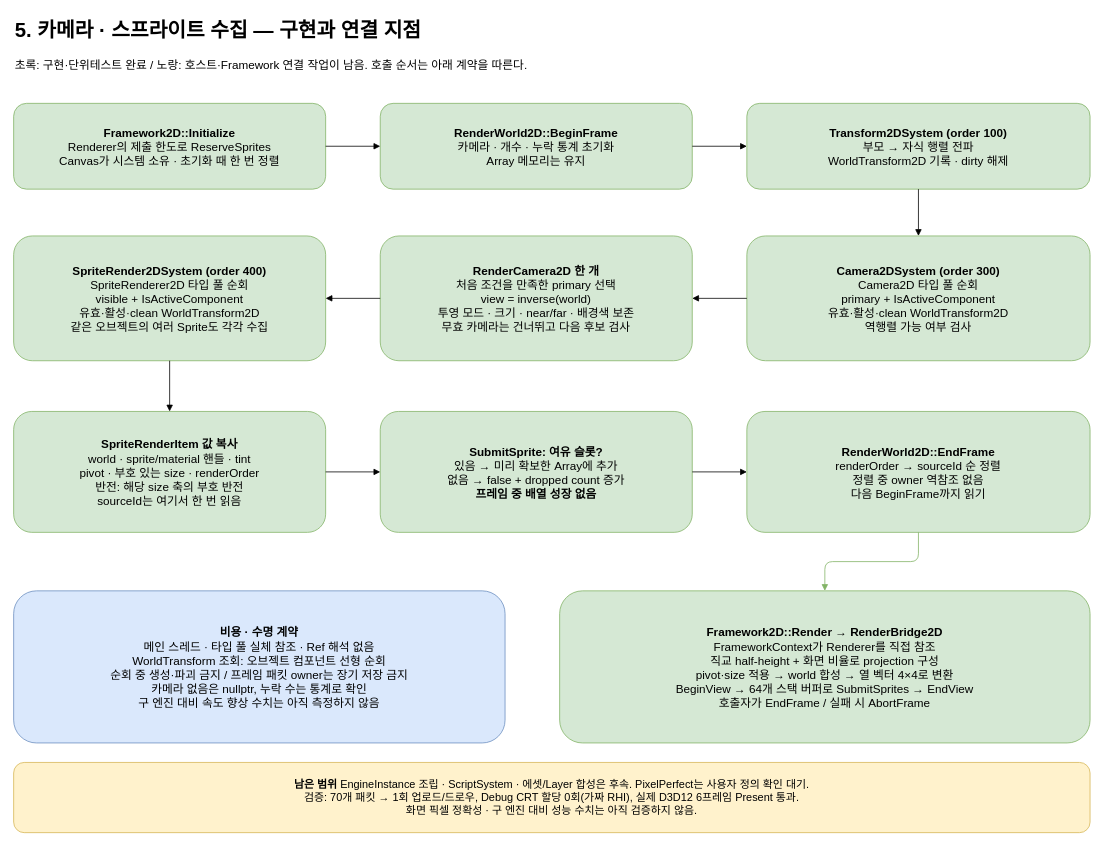
Before: page "5. 2D render extraction" (5 of 6) of docs/JBroEngine.drawio.xml in taku7664/JBroEngine, a draw.io diagram. Source tidied: cells renumbered, new cells numbered last; positions are measured from the earlier drawing's top-left corner, leaving out a move shared by most shapes. Both pictures are drawn from the tidied source at 78%, with x=0, y=0 at pixel (13, 13).
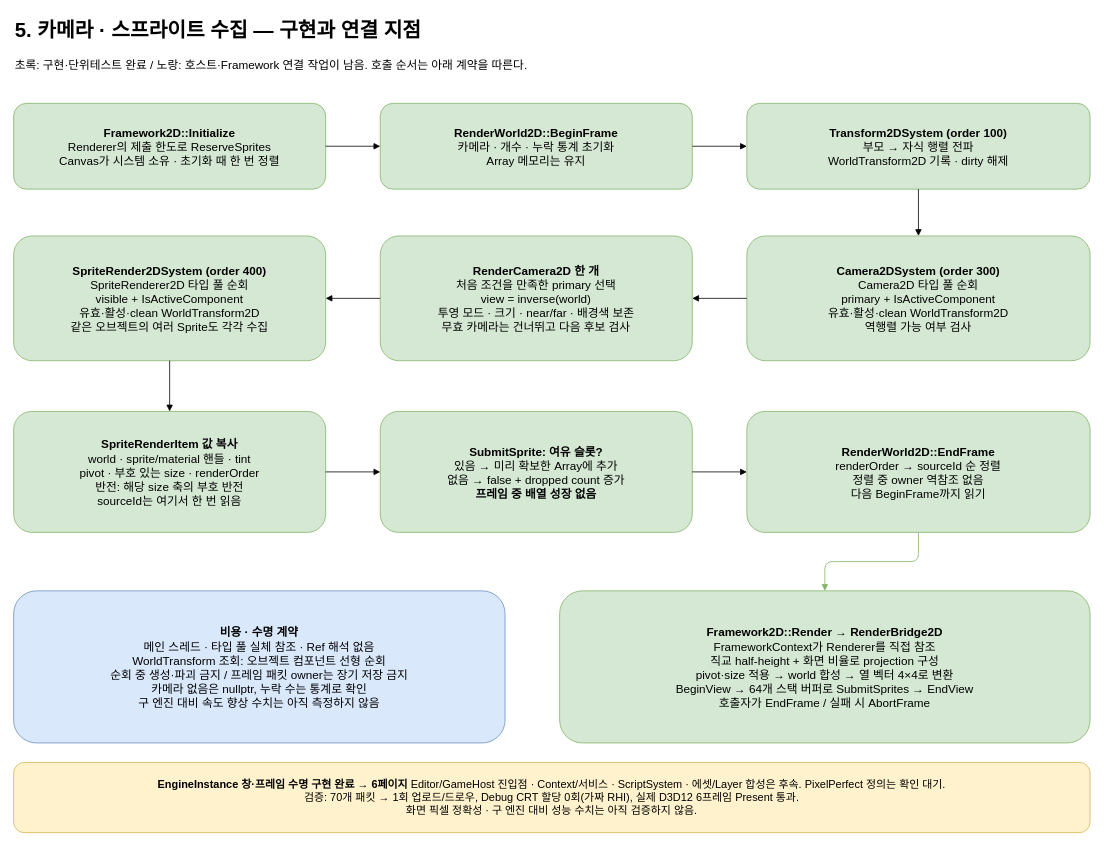
Above is the later version.

Commit message (it also covers changes not shown here):
Document host teardown ordering and verified frame-loop boundaries

Change to the diagram source:
```diff
@@
-    <mxCell id="24" value="&lt;b&gt;남은 범위&lt;/b&gt; EngineInstance 조립 · ScriptSystem · 에셋/Layer 합성은 후속. PixelPerfect는 사용자 정의 확인 대기.&lt;br&gt;검증: 70개 패킷 → 1회 업로드/드로우, Debug CRT 할당 0회(가짜 RHI), 실제 D3D12 6프레임 Present 통과.&lt;br&gt;화면 픽셀 정확성 · 구 엔진 대비 성능 수치는 아직 검증하지 않음." style="rounded=1;whiteSpace=wrap;html=1;fillColor=#fff2cc;strokeColor=#d6b656;fontSize=14;" parent="1" vertex="1">
+    <mxCell id="24" value="&lt;b&gt;EngineInstance 창·프레임 수명 구현 완료 → 6페이지&lt;/b&gt; Editor/GameHost 진입점 · Context/서비스 · ScriptSystem · 에셋/Layer 합성은 후속. PixelPerfect 정의는 확인 대기.&lt;br&gt;검증: 70개 패킷 → 1회 업로드/드로우, Debug CRT 할당 0회(가짜 RHI), 실제 D3D12 6프레임 Present 통과.&lt;br&gt;화면 픽셀 정확성 · 구 엔진 대비 성능 수치는 아직 검증하지 않음." style="rounded=1;whiteSpace=wrap;html=1;fillColor=#fff2cc;strokeColor=#d6b656;fontSize=14;" parent="1" vertex="1">
       <mxGeometry y="960" width="1380" height="90" as="geometry" />
     </mxCell>
```
